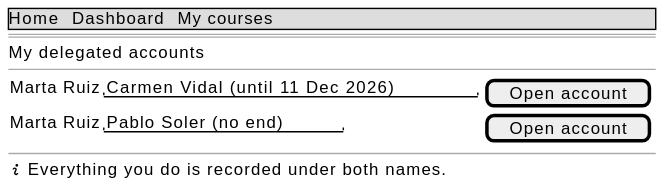
This is docs/es/technical/requirements/use-cases/openDelegatedAccount/wireframes.svg from didactika/moodle-local_delegateaccount, a PlantUML export, as it was before one commit. The source it was exported from:
```plantuml
@startsalt
{
  {* Home | Dashboard | My courses }
  ==
  My delegated accounts
  --
  {
    Marta Ruiz | "Carmen Vidal  (until 11 Dec 2026)" | [ Open account ]
    Marta Ruiz | "Pablo Soler  (no end)" | [ Open account ]
  }
  --
  <&info> Everything you do is recorded under both names.
}
@endsalt
```
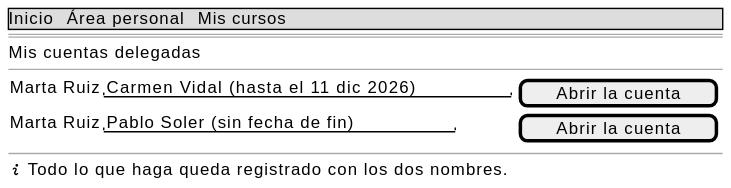
Above is the later version.

The edit, as a diff of the source:
```diff
@@ -1,14 +1,14 @@
 @startsalt
 {
-  {* Home | Dashboard | My courses }
+  {* Inicio | Área personal | Mis cursos }
   ==
-  My delegated accounts
+  Mis cuentas delegadas
   --
   {
-    Marta Ruiz | "Carmen Vidal  (until 11 Dec 2026)" | [ Open account ]
-    Marta Ruiz | "Pablo Soler  (no end)" | [ Open account ]
+    Marta Ruiz | "Carmen Vidal  (hasta el 11 dic 2026)" | [ Abrir la cuenta ]
+    Marta Ruiz | "Pablo Soler  (sin fecha de fin)" | [ Abrir la cuenta ]
   }
   --
-  <&info> Everything you do is recorded under both names.
+  <&info> Todo lo que haga queda registrado con los dos nombres.
 }
 @endsalt
```
